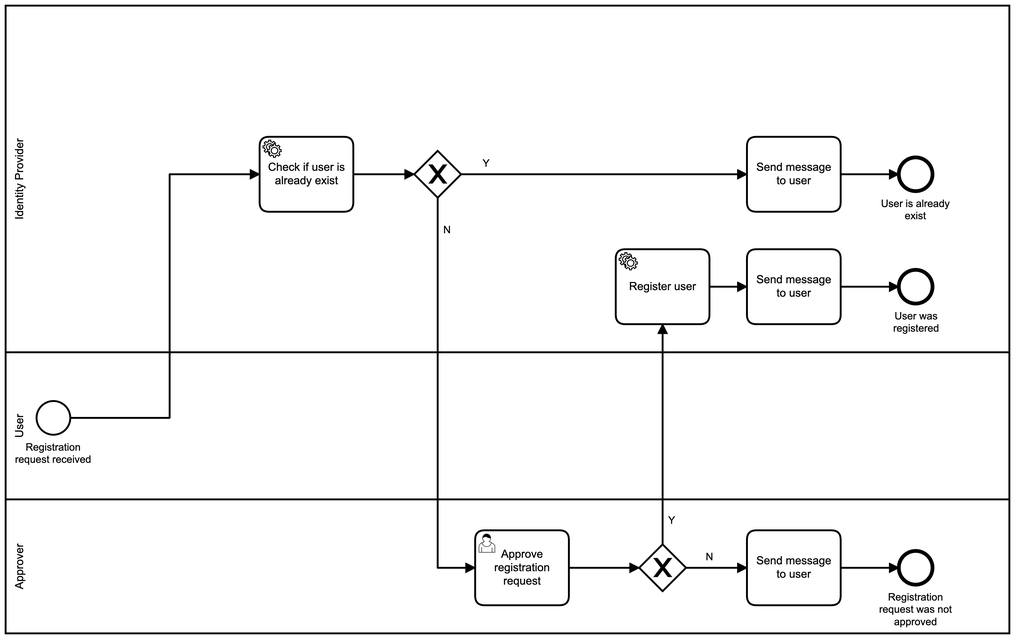
Earlier version of the BPMN export process.png (kolybelkin/UserRegistrationProcess). Its source is kept beside it as src/main/resources/process.bpmn. Ids are renumbered.
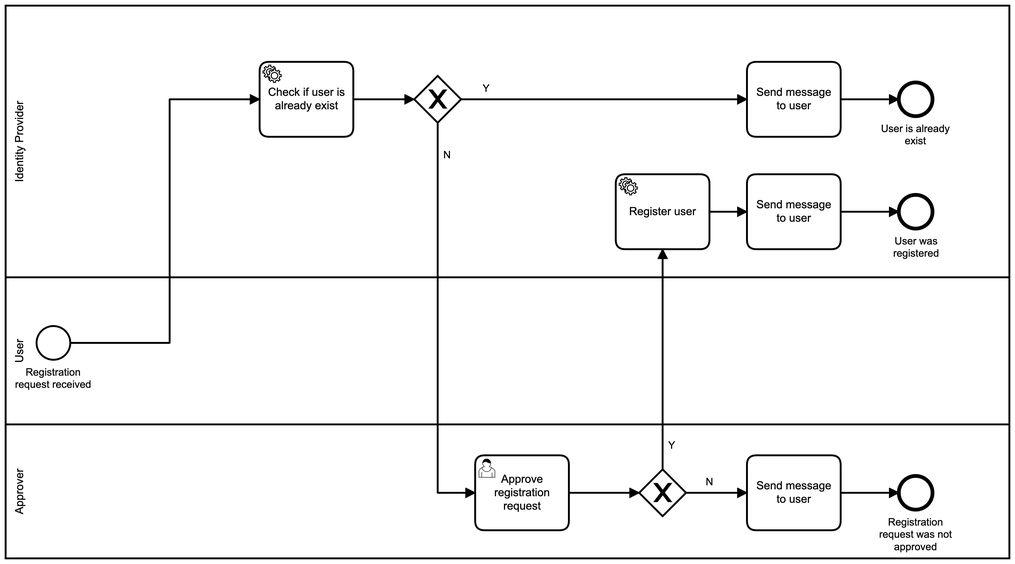
After the commit.

Change to the diagram source:
```diff
@@ -4,24 +4,24 @@
   </bpmn:collaboration>
   <bpmn:process id="RegistrationProcess" isExecutable="true">
     <bpmn:laneSet id="LaneSet_n3">
-      <bpmn:lane id="Lane_n4" name="Approver">
-        <bpmn:flowNodeRef>Gateway_n5</bpmn:flowNodeRef>
-        <bpmn:flowNodeRef>Activity_n6</bpmn:flowNodeRef>
-        <bpmn:flowNodeRef>Event_n7</bpmn:flowNodeRef>
-        <bpmn:flowNodeRef>Activity_n8</bpmn:flowNodeRef>
+      <bpmn:lane id="Lane_n10" name="Identity Provider">
+        <bpmn:flowNodeRef>Event_n15</bpmn:flowNodeRef>
+        <bpmn:flowNodeRef>Gateway_n11</bpmn:flowNodeRef>
+        <bpmn:flowNodeRef>Activity_n12</bpmn:flowNodeRef>
+        <bpmn:flowNodeRef>Activity_n13</bpmn:flowNodeRef>
+        <bpmn:flowNodeRef>Event_n14</bpmn:flowNodeRef>
+        <bpmn:flowNodeRef>Activity_n16</bpmn:flowNodeRef>
+        <bpmn:flowNodeRef>Activity_n17</bpmn:flowNodeRef>
+        <bpmn:childLaneSet id="LaneSet_n18" />
       </bpmn:lane>
       <bpmn:lane id="Lane_n9" name="User">
         <bpmn:flowNodeRef>StartEvent_1</bpmn:flowNodeRef>
       </bpmn:lane>
-      <bpmn:lane id="Lane_n10" name="Identity Provider">
-        <bpmn:flowNodeRef>Gateway_n11</bpmn:flowNodeRef>
-        <bpmn:flowNodeRef>Activity_n12</bpmn:flowNodeRef>
-        <bpmn:flowNodeRef>Activity_n13</bpmn:flowNodeRef>
-        <bpmn:flowNodeRef>Event_n14</bpmn:flowNodeRef>
-        <bpmn:flowNodeRef>Event_n15</bpmn:flowNodeRef>
-        <bpmn:flowNodeRef>Activity_n16</bpmn:flowNodeRef>
-        <bpmn:flowNodeRef>Activity_n17</bpmn:flowNodeRef>
-        <bpmn:childLaneSet id="LaneSet_n18" />
+      <bpmn:lane id="Lane_n4" name="Approver">
+        <bpmn:flowNodeRef>Gateway_n5</bpmn:flowNodeRef>
+        <bpmn:flowNodeRef>Event_n7</bpmn:flowNodeRef>
+        <bpmn:flowNodeRef>Activity_n6</bpmn:flowNodeRef>
+        <bpmn:flowNodeRef>Activity_n8</bpmn:flowNodeRef>
       </bpmn:lane>
     </bpmn:laneSet>
     <bpmn:startEvent id="StartEvent_1" name="Registration request received" camunda:formKey="embedded:app:forms/registration-form.html">
@@ -108,120 +108,120 @@
   <bpmndi:BPMNDiagram id="BPMNDiagram_1">
     <bpmndi:BPMNPlane id="BPMNPlane_1" bpmnElement="RegistrationProcess">
       <bpmndi:BPMNShape id="Lane_n10_di" bpmnElement="Lane_n10" isHorizontal="true">
-        <dc:Bounds x="159" y="80" width="1071" height="370" />
+        <dc:Bounds x="159" y="80" width="1071" height="290" />
       </bpmndi:BPMNShape>
       <bpmndi:BPMNShape id="Lane_n9_di" bpmnElement="Lane_n9" isHorizontal="true">
-        <dc:Bounds x="159" y="450" width="1071" height="157" />
+        <dc:Bounds x="159" y="370" width="1071" height="157" />
       </bpmndi:BPMNShape>
       <bpmndi:BPMNShape id="Lane_n4_di" bpmnElement="Lane_n4" isHorizontal="true">
-        <dc:Bounds x="159" y="607" width="1071" height="143" />
+        <dc:Bounds x="159" y="527" width="1071" height="143" />
       </bpmndi:BPMNShape>
+      <bpmndi:BPMNEdge id="Flow_n24_di" bpmnElement="Flow_n24">
+        <di:waypoint x="1050" y="600" />
+        <di:waypoint x="1112" y="600" />
+      </bpmndi:BPMNEdge>
+      <bpmndi:BPMNEdge id="Flow_n23_di" bpmnElement="Flow_n23">
+        <di:waypoint x="1050" y="300" />
+        <di:waypoint x="1112" y="300" />
+      </bpmndi:BPMNEdge>
+      <bpmndi:BPMNEdge id="Flow_n29_di" bpmnElement="Flow_n29">
+        <di:waypoint x="1050" y="180" />
+        <di:waypoint x="1112" y="180" />
+      </bpmndi:BPMNEdge>
       <bpmndi:BPMNEdge id="Flow_n27_di" bpmnElement="Flow_n27">
-        <di:waypoint x="645" y="260" />
-        <di:waypoint x="950" y="260" />
+        <di:waypoint x="645" y="180" />
+        <di:waypoint x="950" y="180" />
         <bpmndi:BPMNLabel>
-          <dc:Bounds x="668" y="242" width="8" height="14" />
+          <dc:Bounds x="668" y="162" width="8" height="14" />
         </bpmndi:BPMNLabel>
       </bpmndi:BPMNEdge>
       <bpmndi:BPMNEdge id="Flow_n25_di" bpmnElement="Flow_n25">
-        <di:waypoint x="620" y="285" />
-        <di:waypoint x="620" y="680" />
-        <di:waypoint x="660" y="680" />
+        <di:waypoint x="620" y="205" />
+        <di:waypoint x="620" y="600" />
+        <di:waypoint x="660" y="600" />
         <bpmndi:BPMNLabel>
-          <dc:Bounds x="626" y="313" width="8" height="14" />
+          <dc:Bounds x="626" y="233" width="8" height="14" />
         </bpmndi:BPMNLabel>
       </bpmndi:BPMNEdge>
       <bpmndi:BPMNEdge id="Flow_n19_di" bpmnElement="Flow_n19">
-        <di:waypoint x="228" y="520" />
-        <di:waypoint x="334" y="520" />
-        <di:waypoint x="334" y="260" />
-        <di:waypoint x="430" y="260" />
+        <di:waypoint x="228" y="440" />
+        <di:waypoint x="334" y="440" />
+        <di:waypoint x="334" y="180" />
+        <di:waypoint x="430" y="180" />
       </bpmndi:BPMNEdge>
       <bpmndi:BPMNEdge id="Flow_n26_di" bpmnElement="Flow_n26">
-        <di:waypoint x="530" y="260" />
-        <di:waypoint x="595" y="260" />
+        <di:waypoint x="530" y="180" />
+        <di:waypoint x="595" y="180" />
       </bpmndi:BPMNEdge>
       <bpmndi:BPMNEdge id="Flow_n20_di" bpmnElement="Flow_n20">
-        <di:waypoint x="760" y="680" />
-        <di:waypoint x="835" y="680" />
+        <di:waypoint x="760" y="600" />
+        <di:waypoint x="835" y="600" />
       </bpmndi:BPMNEdge>
       <bpmndi:BPMNEdge id="Flow_n21_di" bpmnElement="Flow_n21">
-        <di:waypoint x="860" y="655" />
-        <di:waypoint x="860" y="420" />
+        <di:waypoint x="860" y="575" />
+        <di:waypoint x="860" y="340" />
         <bpmndi:BPMNLabel>
-          <dc:Bounds x="866" y="623" width="8" height="14" />
+          <dc:Bounds x="866" y="543" width="8" height="14" />
         </bpmndi:BPMNLabel>
       </bpmndi:BPMNEdge>
       <bpmndi:BPMNEdge id="Flow_n28_di" bpmnElement="Flow_n28">
-        <di:waypoint x="910" y="380" />
-        <di:waypoint x="950" y="380" />
+        <di:waypoint x="910" y="300" />
+        <di:waypoint x="950" y="300" />
       </bpmndi:BPMNEdge>
       <bpmndi:BPMNEdge id="Flow_n22_di" bpmnElement="Flow_n22">
-        <di:waypoint x="885" y="680" />
-        <di:waypoint x="950" y="680" />
+        <di:waypoint x="885" y="600" />
+        <di:waypoint x="950" y="600" />
         <bpmndi:BPMNLabel>
-          <dc:Bounds x="906" y="662" width="8" height="14" />
+          <dc:Bounds x="906" y="582" width="8" height="14" />
         </bpmndi:BPMNLabel>
       </bpmndi:BPMNEdge>
-      <bpmndi:BPMNEdge id="Flow_n29_di" bpmnElement="Flow_n29">
-        <di:waypoint x="1050" y="260" />
-        <di:waypoint x="1112" y="260" />
-      </bpmndi:BPMNEdge>
-      <bpmndi:BPMNEdge id="Flow_n23_di" bpmnElement="Flow_n23">
-        <di:waypoint x="1050" y="380" />
-        <di:waypoint x="1112" y="380" />
-      </bpmndi:BPMNEdge>
-      <bpmndi:BPMNEdge id="Flow_n24_di" bpmnElement="Flow_n24">
-        <di:waypoint x="1050" y="680" />
-        <di:waypoint x="1112" y="680" />
-      </bpmndi:BPMNEdge>
       <bpmndi:BPMNShape id="_BPMNShape_StartEvent_2" bpmnElement="StartEvent_1">
-        <dc:Bounds x="192" y="502" width="36" height="36" />
+        <dc:Bounds x="192" y="422" width="36" height="36" />
         <bpmndi:BPMNLabel>
-          <dc:Bounds x="169" y="545" width="82" height="27" />
+          <dc:Bounds x="169" y="465" width="82" height="27" />
         </bpmndi:BPMNLabel>
       </bpmndi:BPMNShape>
       <bpmndi:BPMNShape id="Gateway_n5_di" bpmnElement="Gateway_n5" isMarkerVisible="true">
-        <dc:Bounds x="835" y="655" width="50" height="50" />
-      </bpmndi:BPMNShape>
-      <bpmndi:BPMNShape id="Activity_0ozvjqb_di" bpmnElement="Activity_n6">
-        <dc:Bounds x="660" y="640" width="100" height="80" />
-      </bpmndi:BPMNShape>
-      <bpmndi:BPMNShape id="Gateway_n11_di" bpmnElement="Gateway_n11" isMarkerVisible="true">
-        <dc:Bounds x="595" y="235" width="50" height="50" />
-      </bpmndi:BPMNShape>
-      <bpmndi:BPMNShape id="Activity_12nkix2_di" bpmnElement="Activity_n12">
-        <dc:Bounds x="430" y="220" width="100" height="80" />
-      </bpmndi:BPMNShape>
-      <bpmndi:BPMNShape id="Activity_01cqrah_di" bpmnElement="Activity_n13">
-        <dc:Bounds x="810" y="340" width="100" height="80" />
-      </bpmndi:BPMNShape>
-      <bpmndi:BPMNShape id="Event_n14_di" bpmnElement="Event_n14">
-        <dc:Bounds x="1112" y="242" width="36" height="36" />
-        <bpmndi:BPMNLabel>
-          <dc:Bounds x="1093" y="285" width="74" height="27" />
-        </bpmndi:BPMNLabel>
+        <dc:Bounds x="835" y="575" width="50" height="50" />
       </bpmndi:BPMNShape>
       <bpmndi:BPMNShape id="Event_n15_di" bpmnElement="Event_n15">
-        <dc:Bounds x="1112" y="362" width="36" height="36" />
+        <dc:Bounds x="1112" y="282" width="36" height="36" />
         <bpmndi:BPMNLabel>
-          <dc:Bounds x="1106" y="405" width="49" height="27" />
+          <dc:Bounds x="1106" y="325" width="49" height="27" />
         </bpmndi:BPMNLabel>
       </bpmndi:BPMNShape>
       <bpmndi:BPMNShape id="Event_n7_di" bpmnElement="Event_n7">
-        <dc:Bounds x="1112" y="662" width="36" height="36" />
+        <dc:Bounds x="1112" y="582" width="36" height="36" />
         <bpmndi:BPMNLabel>
-          <dc:Bounds x="1091" y="705" width="78" height="40" />
+          <dc:Bounds x="1091" y="625" width="78" height="40" />
+        </bpmndi:BPMNLabel>
+      </bpmndi:BPMNShape>
+      <bpmndi:BPMNShape id="Activity_0ozvjqb_di" bpmnElement="Activity_n6">
+        <dc:Bounds x="660" y="560" width="100" height="80" />
+      </bpmndi:BPMNShape>
+      <bpmndi:BPMNShape id="Gateway_n11_di" bpmnElement="Gateway_n11" isMarkerVisible="true">
+        <dc:Bounds x="595" y="155" width="50" height="50" />
+      </bpmndi:BPMNShape>
+      <bpmndi:BPMNShape id="Activity_12nkix2_di" bpmnElement="Activity_n12">
+        <dc:Bounds x="430" y="140" width="100" height="80" />
+      </bpmndi:BPMNShape>
+      <bpmndi:BPMNShape id="Activity_01cqrah_di" bpmnElement="Activity_n13">
+        <dc:Bounds x="810" y="260" width="100" height="80" />
+      </bpmndi:BPMNShape>
+      <bpmndi:BPMNShape id="Event_n14_di" bpmnElement="Event_n14">
+        <dc:Bounds x="1112" y="162" width="36" height="36" />
+        <bpmndi:BPMNLabel>
+          <dc:Bounds x="1093" y="205" width="74" height="27" />
         </bpmndi:BPMNLabel>
       </bpmndi:BPMNShape>
       <bpmndi:BPMNShape id="Activity_1tqdjiu_di" bpmnElement="Activity_n16">
-        <dc:Bounds x="950" y="220" width="100" height="80" />
+        <dc:Bounds x="950" y="140" width="100" height="80" />
       </bpmndi:BPMNShape>
       <bpmndi:BPMNShape id="Activity_1bk76sc_di" bpmnElement="Activity_n17">
-        <dc:Bounds x="950" y="340" width="100" height="80" />
+        <dc:Bounds x="950" y="260" width="100" height="80" />
       </bpmndi:BPMNShape>
       <bpmndi:BPMNShape id="Activity_1gg7y49_di" bpmnElement="Activity_n8">
-        <dc:Bounds x="950" y="640" width="100" height="80" />
+        <dc:Bounds x="950" y="560" width="100" height="80" />
       </bpmndi:BPMNShape>
     </bpmndi:BPMNPlane>
   </bpmndi:BPMNDiagram>
```
